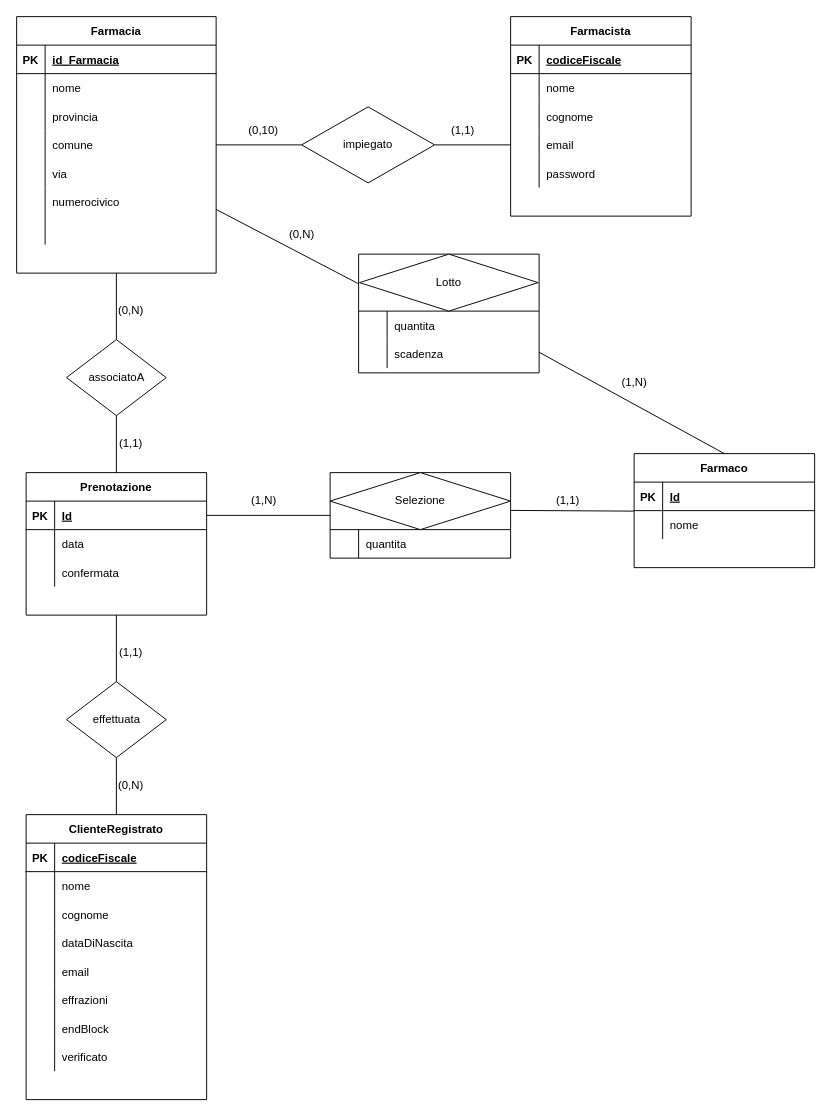
Earlier version of the draw.io diagram drawio/Progettazione/Diagramma E-R.drawio (lnwor/farmabyte-doc). Source tidied: cells renumbered, new cells numbered last; positions are measured from the earlier drawing's top-left corner, leaving out a move shared by most shapes. Both pictures are drawn from the tidied source at 95%, with x=0, y=0 at pixel (16, 16).
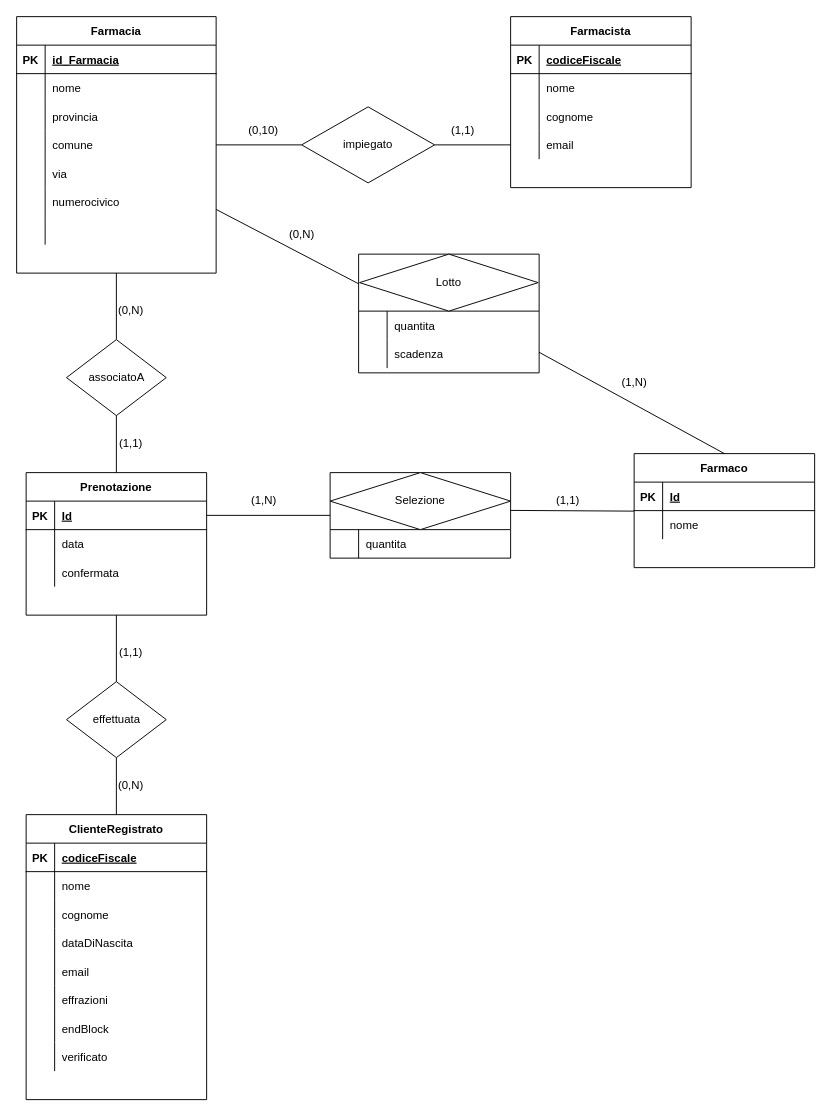
The same diagram, later.

Commit message (it also covers changes not shown here):
rimosse password farmacista

What changed in the source:
```diff
@@
     <mxCell id="24" value="Farmacista" style="shape=table;startSize=30;childLayout=tableLayout;rowLines=0;fontStyle=1;align=center;" parent="1" vertex="1">
-      <mxGeometry x="520" width="190" height="210" as="geometry" />
+      <mxGeometry x="520" width="190" height="180" as="geometry" />
     </mxCell>
@@
-    <mxCell id="37" style="shape=partialRectangle;fillColor=none;top=0;left=0;right=0;bottom=0;" parent="24" vertex="1">
-      <mxGeometry y="150" width="190" height="30" as="geometry" />
-    </mxCell>
-    <mxCell id="38" style="shape=partialRectangle;overflow=hidden;fillColor=none;top=0;left=0;bottom=0;right=0;" parent="37" vertex="1">
-      <mxGeometry width="30" height="30" as="geometry" />
-    </mxCell>
-    <mxCell id="39" value="password" style="shape=partialRectangle;overflow=hidden;fillColor=none;top=0;left=0;bottom=0;right=0;align=left;spacingLeft=6;" parent="37" vertex="1">
-      <mxGeometry x="30" width="160" height="30" as="geometry" />
-    </mxCell>
```
